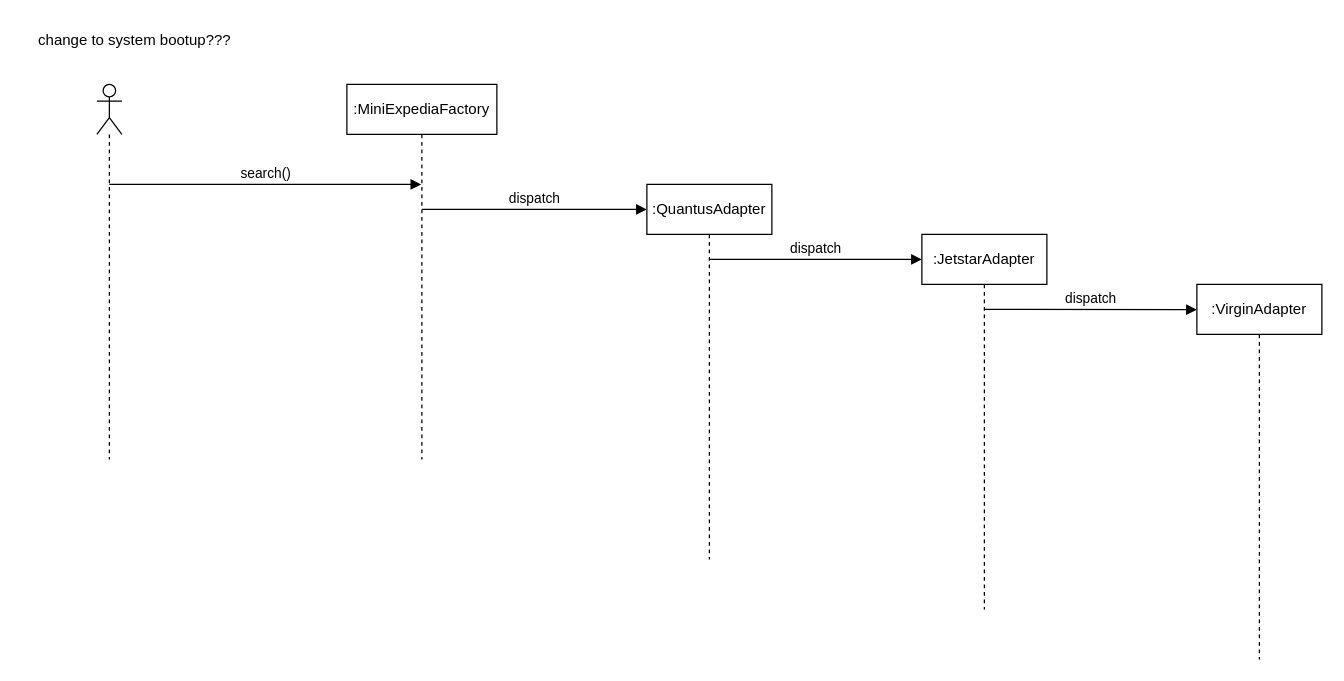
antonykimuom/SWEN30006-2025-SM1-workshop1-tuew05-14-00-team-12 keeps this draw.io diagram as page "Page-2" (2 of 2) of workshop8-week9.drawio. Above is the earlier version. Source tidied: cells renumbered, new cells numbered last; positions are measured from the earlier drawing's top-left corner, leaving out a move shared by most shapes. Both pictures are drawn from the tidied source at 125%, with x=0, y=0 at pixel (21, 21).
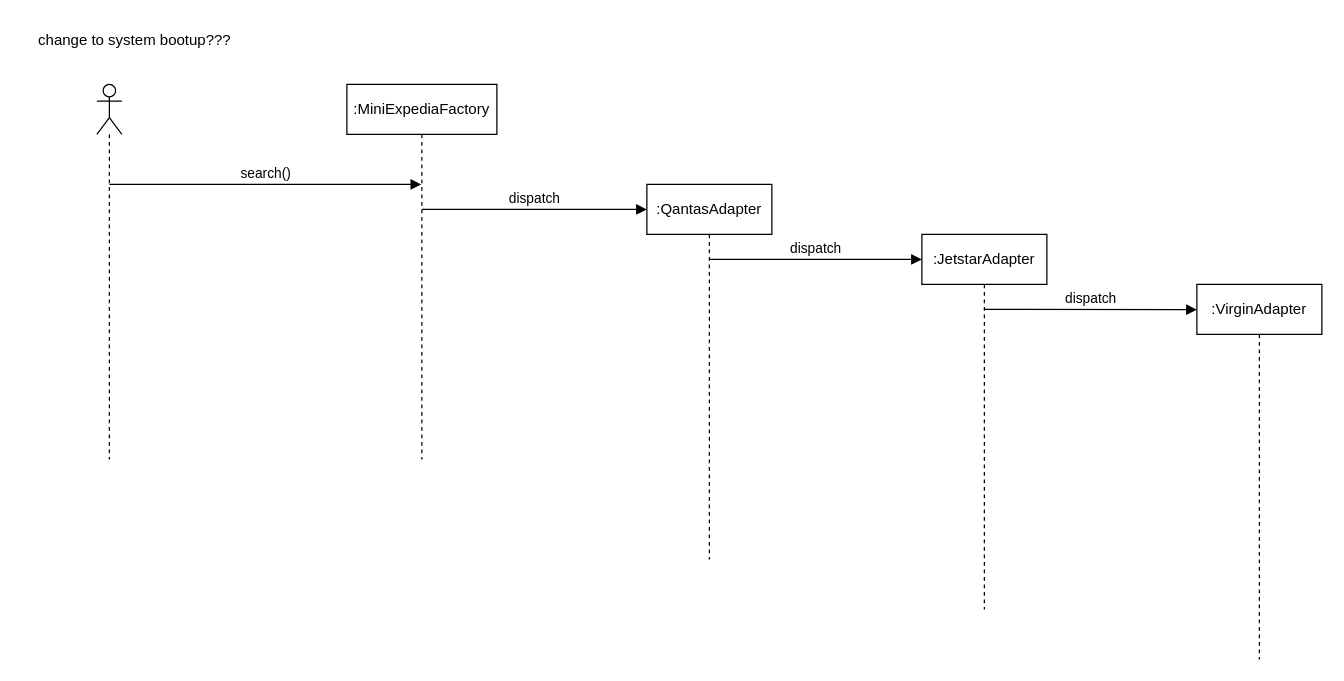
After the change.

Commit message:
fixed qantas spelling

What changed in the source:
```diff
@@
 <mxGraphModel>
   <root>
     <mxCell id="0" />
     <mxCell id="1" parent="0" />
     <mxCell id="2" value=":MiniExpediaFactory" style="shape=umlLifeline;perimeter=lifelinePerimeter;whiteSpace=wrap;html=1;outlineConnect=0;portConstraint=eastwest;newEdgeStyle={&quot;curved&quot;:0,&quot;rounded&quot;:0};" parent="1" vertex="1">
       <mxGeometry x="260" y="50" width="120" height="300" as="geometry" />
     </mxCell>
     <mxCell id="3" style="shape=umlLifeline;perimeter=lifelinePerimeter;whiteSpace=wrap;html=1;newEdgeStyle={&quot;curved&quot;:0,&quot;rounded&quot;:0};participant=umlActor;" parent="1" vertex="1">
       <mxGeometry x="60" y="50" width="20" height="300" as="geometry" />
     </mxCell>
     <mxCell id="4" value="change to system bootup???" style="text;html=1;align=center;verticalAlign=middle;strokeColor=none;fillColor=none;" parent="1" vertex="1">
       <mxGeometry width="180" height="30" as="geometry" />
     </mxCell>
     <mxCell id="5" value="search()" style="html=1;verticalAlign=bottom;endArrow=block;curved=0;rounded=0;" parent="1" edge="1" target="2">
       <mxGeometry relative="1" as="geometry">
         <mxPoint x="70" y="130" as="sourcePoint" />
       </mxGeometry>
     </mxCell>
-    <mxCell id="6" value=":QuantusAdapter" style="shape=umlLifeline;perimeter=lifelinePerimeter;whiteSpace=wrap;html=1;newEdgeStyle={&quot;curved&quot;:0,&quot;rounded&quot;:0};" parent="1" vertex="1">
+    <mxCell id="6" value=":QantasAdapter" style="shape=umlLifeline;perimeter=lifelinePerimeter;whiteSpace=wrap;html=1;newEdgeStyle={&quot;curved&quot;:0,&quot;rounded&quot;:0};" parent="1" vertex="1">
       <mxGeometry x="500" y="130" width="100" height="300" as="geometry" />
     </mxCell>
     <mxCell id="7" value=":VirginAdapter" style="shape=umlLifeline;perimeter=lifelinePerimeter;whiteSpace=wrap;html=1;newEdgeStyle={&quot;curved&quot;:0,&quot;rounded&quot;:0};" parent="1" vertex="1">
       <mxGeometry x="940" y="210" width="100" height="300" as="geometry" />
     </mxCell>
     <mxCell id="8" value=":JetstarAdapter" style="shape=umlLifeline;perimeter=lifelinePerimeter;whiteSpace=wrap;html=1;newEdgeStyle={&quot;curved&quot;:0,&quot;rounded&quot;:0};" parent="1" vertex="1">
       <mxGeometry x="720" y="170" width="100" height="300" as="geometry" />
     </mxCell>
     <mxCell id="9" value="dispatch" style="html=1;verticalAlign=bottom;endArrow=block;curved=0;rounded=0;" parent="1" edge="1">
       <mxGeometry relative="1" as="geometry">
         <mxPoint x="320.1" y="150" as="sourcePoint" />
         <mxPoint x="500" y="150" as="targetPoint" />
       </mxGeometry>
     </mxCell>
     <mxCell id="10" value="dispatch" style="html=1;verticalAlign=bottom;endArrow=block;curved=0;rounded=0;" parent="1" edge="1">
       <mxGeometry relative="1" as="geometry">
         <mxPoint x="550.1" y="190" as="sourcePoint" />
         <mxPoint x="720" y="190" as="targetPoint" />
       </mxGeometry>
     </mxCell>
     <mxCell id="11" value="dispatch" style="html=1;verticalAlign=bottom;endArrow=block;curved=0;rounded=0;" parent="1" edge="1">
       <mxGeometry relative="1" as="geometry">
         <mxPoint x="770" y="230" as="sourcePoint" />
         <mxPoint x="940" y="230.2" as="targetPoint" />
       </mxGeometry>
     </mxCell>
   </root>
 </mxGraphModel>
```
